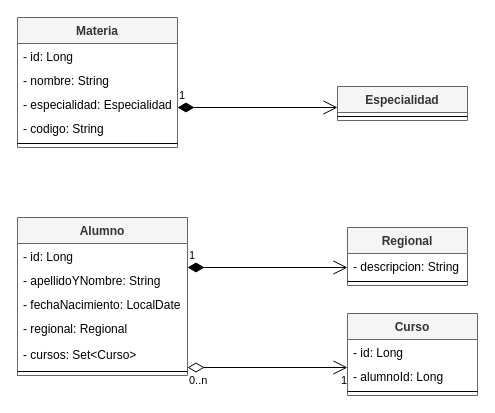
This is doc/diagramas/dominio.drawio from fedehipper/spring-data-jdbc, a draw.io file, before an edit. Source tidied: cells renumbered, new cells numbered last; positions are measured from the earlier drawing's top-left corner, leaving out a move shared by most shapes. Both pictures are drawn from the tidied source at 100%, with x=0, y=0 at pixel (17, 17).
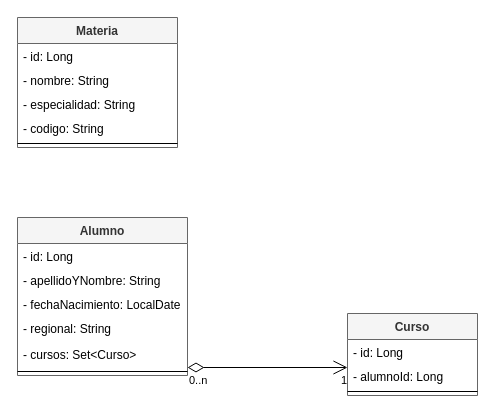
The same page after the edit.

The change refers to these unchanged cells:
```xml
<mxCell id="2" value="Materia" style="swimlane;fontStyle=1;align=center;verticalAlign=top;horizontal=1;startSize=26;fillColor=#f5f5f5;strokeColor=#666666;fontColor=#333333;" parent="1" vertex="1">
  <mxGeometry width="160" height="130" as="geometry" />
</mxCell>
<mxCell id="8" value="Alumno" style="swimlane;fontStyle=1;align=center;verticalAlign=top;horizontal=1;startSize=26;fillColor=#f5f5f5;strokeColor=#666666;fontColor=#333333;" parent="1" vertex="1">
  <mxGeometry y="200" width="170" height="158" as="geometry" />
</mxCell>
```

Diff of the diagram source:
```diff
@@
-    <mxCell id="5" value="- especialidad: Especialidad" style="text;strokeColor=none;fillColor=none;align=left;verticalAlign=top;spacingLeft=4;spacingRight=4;overflow=hidden;" parent="2" vertex="1">
+    <mxCell id="5" value="- especialidad: String" style="text;strokeColor=none;fillColor=none;align=left;verticalAlign=top;spacingLeft=4;spacingRight=4;overflow=hidden;" parent="2" vertex="1">
       <mxGeometry y="74" width="160" height="24" as="geometry" />
     </mxCell>
@@
-    <mxCell id="12" value="- regional: Regional" style="text;strokeColor=none;fillColor=none;align=left;verticalAlign=top;spacingLeft=4;spacingRight=4;overflow=hidden;" parent="8" vertex="1">
+    <mxCell id="12" value="- regional: String" style="text;strokeColor=none;fillColor=none;align=left;verticalAlign=top;spacingLeft=4;spacingRight=4;overflow=hidden;" parent="8" vertex="1">
       <mxGeometry y="98" width="170" height="26" as="geometry" />
     </mxCell>
@@
-    <mxCell id="22" value="Regional" style="swimlane;fontStyle=1;align=center;verticalAlign=top;horizontal=1;startSize=26;fillColor=#f5f5f5;strokeColor=#666666;fontColor=#333333;" parent="1" vertex="1">
-      <mxGeometry x="330" y="210" width="120" height="58" as="geometry" />
-    </mxCell>
-    <mxCell id="23" value="- descripcion: String" style="text;strokeColor=none;fillColor=none;align=left;verticalAlign=top;spacingLeft=4;spacingRight=4;overflow=hidden;" parent="22" vertex="1">
-      <mxGeometry y="26" width="120" height="24" as="geometry" />
-    </mxCell>
-    <mxCell id="24" style="line;strokeWidth=1;fillColor=none;align=left;verticalAlign=middle;spacingTop=-1;spacingLeft=3;spacingRight=3;labelPosition=right;" parent="22" vertex="1">
-      <mxGeometry y="50" width="120" height="8" as="geometry" />
-    </mxCell>
-    <mxCell id="25" value="Especialidad" style="swimlane;fontStyle=1;align=center;verticalAlign=top;horizontal=1;startSize=26;fillColor=#f5f5f5;strokeColor=#666666;fontColor=#333333;" parent="1" vertex="1">
-      <mxGeometry x="320" y="69" width="130" height="34" as="geometry" />
-    </mxCell>
-    <mxCell id="26" style="line;strokeWidth=1;fillColor=none;align=left;verticalAlign=middle;spacingTop=-1;spacingLeft=3;spacingRight=3;labelPosition=right;" parent="25" vertex="1">
-      <mxGeometry y="26" width="130" height="8" as="geometry" />
-    </mxCell>
-    <mxCell id="27" value="1" style="endArrow=open;html=1;endSize=12;startArrow=diamondThin;startSize=14;startFill=1;edgeStyle=orthogonalEdgeStyle;align=left;verticalAlign=bottom;" parent="1" edge="1">
-      <mxGeometry x="-1" y="3" relative="1" as="geometry">
-        <mxPoint x="170" y="250" as="sourcePoint" />
-        <mxPoint x="330" y="250" as="targetPoint" />
-      </mxGeometry>
-    </mxCell>
-    <mxCell id="28" value="1" style="endArrow=open;html=1;endSize=12;startArrow=diamondThin;startSize=14;startFill=1;edgeStyle=orthogonalEdgeStyle;align=left;verticalAlign=bottom;" parent="1" edge="1">
-      <mxGeometry x="-1" y="3" relative="1" as="geometry">
-        <mxPoint x="160" y="90" as="sourcePoint" />
-        <mxPoint x="320" y="90" as="targetPoint" />
-      </mxGeometry>
-    </mxCell>
```
